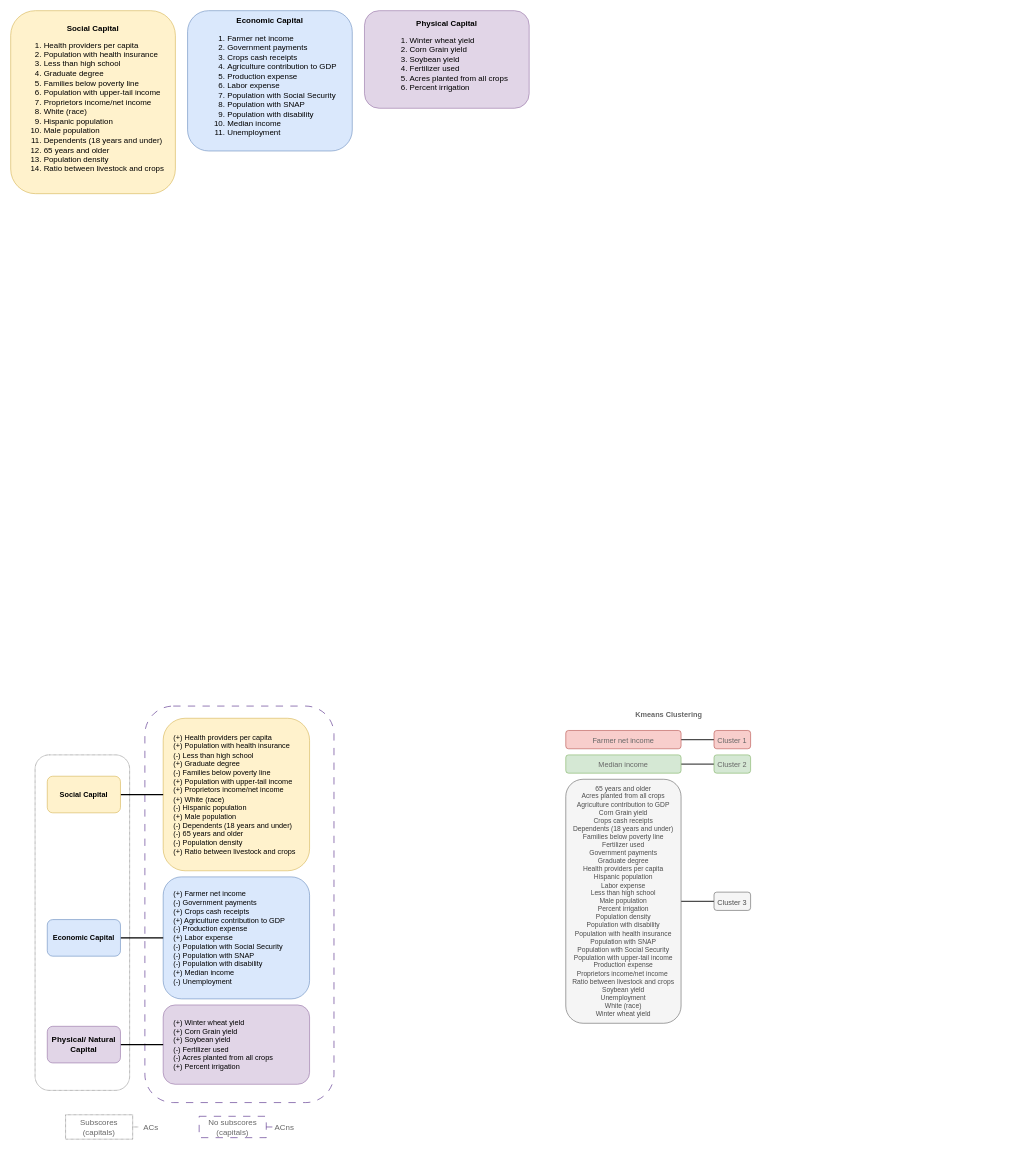
Before: FrameWork2023.drawio in dealchre/gradDrawio, a draw.io diagram. Source tidied: cells renumbered, new cells numbered last; positions are measured from the earlier drawing's top-left corner, leaving out a move shared by most shapes. Both pictures are drawn from the tidied source at 61%, with x=0, y=0 at pixel (10, 10).
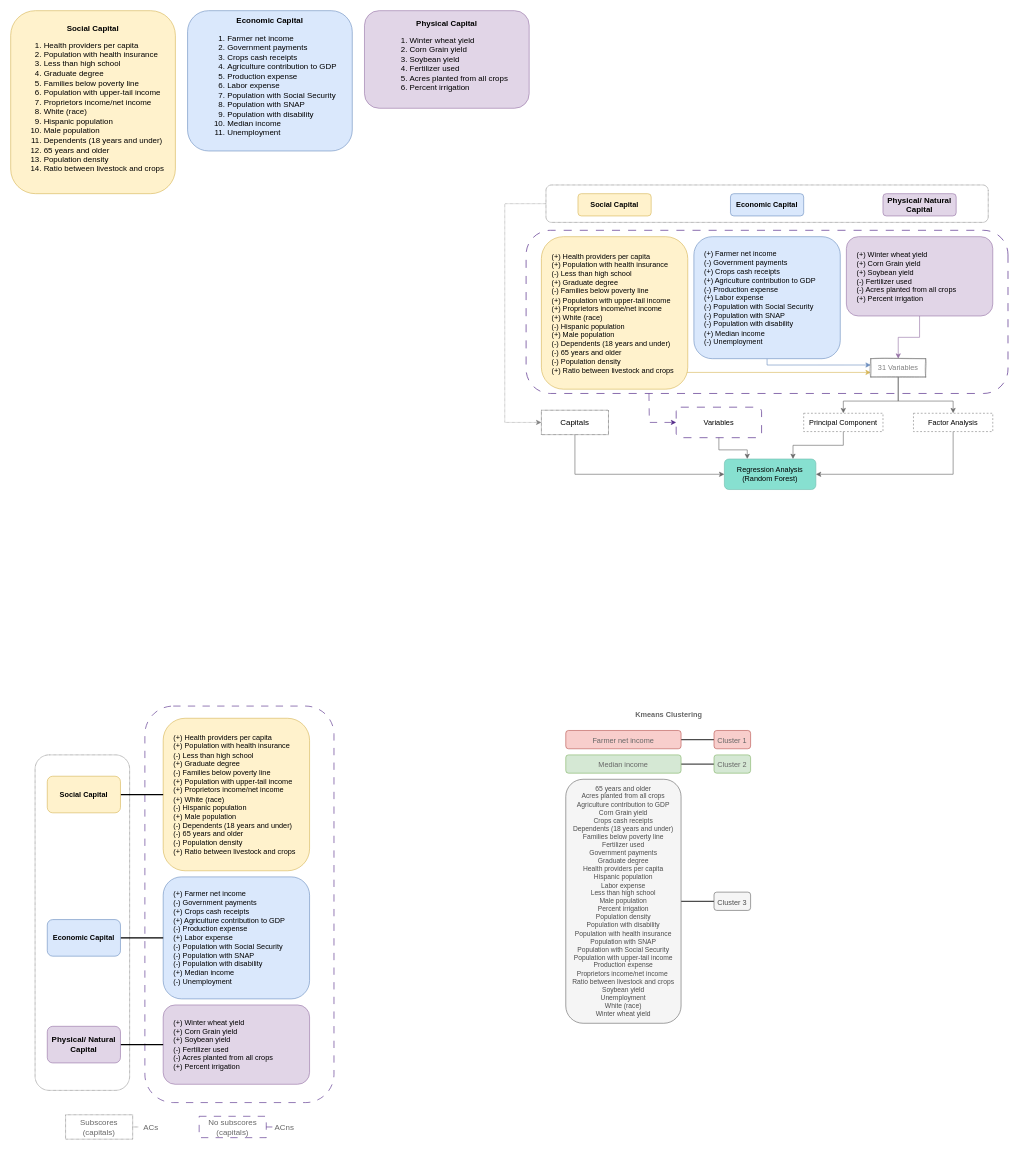
Above is the later version.

Diff of the diagram source:
```diff
@@
+    <mxCell id="33" style="edgeStyle=orthogonalEdgeStyle;rounded=0;jettySize=auto;html=1;entryX=0;entryY=0.5;entryDx=0;entryDy=0;fontColor=#808080;strokeColor=#512888;dashed=1;dashPattern=12 12;exitX=1.001;exitY=0.745;exitDx=0;exitDy=0;exitPerimeter=0;" parent="1" edge="1" source="34" target="47">
+      <mxGeometry relative="1" as="geometry">
+        <Array as="points">
+          <mxPoint x="1047" y="631" />
+          <mxPoint x="1047" y="631" />
+          <mxPoint x="1047" y="675" />
+        </Array>
+      </mxGeometry>
+    </mxCell>
+    <mxCell id="34" style="rounded=1;whiteSpace=wrap;html=1;fontSize=13;labelBorderColor=default;labelBackgroundColor=none;fillColor=none;dashed=1;dashPattern=12 12;strokeColor=#512888;rotation=90;fontColor=#333333;strokeWidth=1.1;" parent="1" vertex="1">
+      <mxGeometry x="1106.2" y="98.8" width="267.5" height="790" as="geometry" />
+    </mxCell>
+    <mxCell id="35" style="edgeStyle=orthogonalEdgeStyle;rounded=0;jettySize=auto;html=1;exitX=0.995;exitY=0.832;exitDx=0;exitDy=0;strokeColor=#d6b656;exitPerimeter=0;fillColor=#fff2cc;entryX=0;entryY=0.75;entryDx=0;entryDy=0;" parent="1" edge="1" target="53">
+      <mxGeometry relative="1" as="geometry">
+        <mxPoint x="1107.8" y="586.8" as="sourcePoint" />
+        <Array as="points">
+          <mxPoint x="1099" y="587" />
+          <mxPoint x="1099" y="593" />
+        </Array>
+      </mxGeometry>
+    </mxCell>
+    <mxCell id="36" value="&lt;div style=&quot;&quot;&gt;&lt;span style=&quot;background-color: initial;&quot;&gt;(+) Health providers per capita&lt;/span&gt;&lt;/div&gt;&lt;span style=&quot;background-color: initial;&quot;&gt;&lt;div style=&quot;&quot;&gt;&lt;span style=&quot;background-color: initial;&quot;&gt;(+) Population with health insurance&lt;/span&gt;&lt;/div&gt;&lt;/span&gt;&lt;span style=&quot;background-color: initial;&quot;&gt;&lt;div style=&quot;&quot;&gt;&lt;span style=&quot;background-color: initial;&quot;&gt;(-) Less than high school&lt;/span&gt;&lt;/div&gt;&lt;/span&gt;&lt;span style=&quot;background-color: initial;&quot;&gt;&lt;div style=&quot;&quot;&gt;&lt;span style=&quot;background-color: initial;&quot;&gt;(+) Graduate degree&lt;/span&gt;&lt;/div&gt;&lt;/span&gt;&lt;span style=&quot;background-color: initial;&quot;&gt;&lt;div style=&quot;&quot;&gt;&lt;span style=&quot;background-color: initial;&quot;&gt;(-) Families below poverty line&lt;/span&gt;&lt;/div&gt;&lt;/span&gt;&lt;span style=&quot;background-color: initial;&quot;&gt;&lt;div style=&quot;&quot;&gt;&lt;span style=&quot;background-color: initial;&quot;&gt;(+) Population with upper-tail income&lt;/span&gt;&lt;/div&gt;&lt;div style=&quot;&quot;&gt;(+) Proprietors income/net income&lt;span style=&quot;background-color: initial;&quot;&gt;&lt;br&gt;&lt;/span&gt;&lt;/div&gt;&lt;/span&gt;&lt;span style=&quot;background-color: initial;&quot;&gt;&lt;div style=&quot;&quot;&gt;&lt;span style=&quot;background-color: initial;&quot;&gt;(+) White (race)&lt;/span&gt;&lt;/div&gt;&lt;/span&gt;&lt;span style=&quot;background-color: initial;&quot;&gt;&lt;div style=&quot;&quot;&gt;&lt;span style=&quot;background-color: initial;&quot;&gt;(-) Hispanic population&lt;/span&gt;&lt;/div&gt;&lt;/span&gt;&lt;span style=&quot;background-color: initial;&quot;&gt;&lt;div style=&quot;&quot;&gt;&lt;span style=&quot;background-color: initial;&quot;&gt;(+) Male population&lt;/span&gt;&lt;/div&gt;&lt;/span&gt;&lt;span style=&quot;background-color: initial;&quot;&gt;&lt;div style=&quot;&quot;&gt;&lt;span style=&quot;background-color: initial;&quot;&gt;(-) Dependents (18 years and under)&lt;/span&gt;&lt;/div&gt;&lt;/span&gt;&lt;span style=&quot;background-color: initial;&quot;&gt;&lt;div style=&quot;&quot;&gt;&lt;span style=&quot;background-color: initial;&quot;&gt;(-) 65 years and older&lt;/span&gt;&lt;/div&gt;&lt;/span&gt;&lt;span style=&quot;background-color: initial;&quot;&gt;&lt;div style=&quot;&quot;&gt;&lt;span style=&quot;background-color: initial;&quot;&gt;(-) Population density&lt;/span&gt;&lt;/div&gt;&lt;/span&gt;&lt;span style=&quot;background-color: initial;&quot;&gt;&lt;div style=&quot;&quot;&gt;&lt;span style=&quot;background-color: initial;&quot;&gt;(+) Ratio between livestock and crops&amp;nbsp;&lt;/span&gt;&lt;/div&gt;&lt;/span&gt;" style="whiteSpace=wrap;html=1;rounded=1;fillColor=#fff2cc;strokeColor=#d6b656;align=left;spacingLeft=15;" parent="1" vertex="1">
+      <mxGeometry x="870" y="370.5" width="240" height="250" as="geometry" />
+    </mxCell>
+    <mxCell id="37" style="edgeStyle=orthogonalEdgeStyle;rounded=0;jettySize=auto;html=1;entryX=0;entryY=0.346;entryDx=0;entryDy=0;strokeColor=#6c8ebf;exitX=0.5;exitY=1;exitDx=0;exitDy=0;fillColor=#dae8fc;entryPerimeter=0;" parent="1" edge="1" source="38" target="53">
+      <mxGeometry relative="1" as="geometry">
+        <Array as="points">
+          <mxPoint x="1240" y="580" />
+          <mxPoint x="1410" y="580" />
+        </Array>
+      </mxGeometry>
+    </mxCell>
+    <mxCell id="38" value="&lt;div style=&quot;&quot;&gt;&lt;span style=&quot;background-color: initial;&quot;&gt;(+) Farmer net income&lt;/span&gt;&lt;/div&gt;&lt;span style=&quot;background-color: initial;&quot;&gt;&lt;div style=&quot;&quot;&gt;&lt;span style=&quot;background-color: initial;&quot;&gt;(-) Government payments&lt;/span&gt;&lt;/div&gt;&lt;/span&gt;&lt;span style=&quot;background-color: initial;&quot;&gt;&lt;div style=&quot;&quot;&gt;&lt;span style=&quot;background-color: initial;&quot;&gt;(+) Crops cash receipts&lt;/span&gt;&lt;/div&gt;&lt;/span&gt;&lt;span style=&quot;background-color: initial;&quot;&gt;&lt;div style=&quot;&quot;&gt;&lt;span style=&quot;background-color: initial;&quot;&gt;(+) Agriculture contribution to GDP&lt;/span&gt;&lt;/div&gt;&lt;/span&gt;&lt;span style=&quot;background-color: initial;&quot;&gt;&lt;div style=&quot;&quot;&gt;&lt;span style=&quot;background-color: initial;&quot;&gt;(-) Production expense&lt;/span&gt;&lt;/div&gt;&lt;/span&gt;&lt;span style=&quot;background-color: initial;&quot;&gt;&lt;div style=&quot;&quot;&gt;&lt;span style=&quot;background-color: initial;&quot;&gt;(+) Labor expense&lt;/span&gt;&lt;/div&gt;&lt;/span&gt;&lt;span style=&quot;background-color: initial;&quot;&gt;&lt;div style=&quot;&quot;&gt;&lt;span style=&quot;background-color: initial;&quot;&gt;(-) Population with Social Security&lt;/span&gt;&lt;/div&gt;&lt;/span&gt;&lt;span style=&quot;background-color: initial;&quot;&gt;&lt;div style=&quot;&quot;&gt;&lt;span style=&quot;background-color: initial;&quot;&gt;(-) Population with SNAP&lt;/span&gt;&lt;/div&gt;&lt;/span&gt;&lt;span style=&quot;background-color: initial;&quot;&gt;&lt;div style=&quot;&quot;&gt;&lt;span style=&quot;background-color: initial;&quot;&gt;(-) Population with disability&lt;/span&gt;&lt;/div&gt;&lt;/span&gt;&lt;span style=&quot;background-color: initial;&quot;&gt;&lt;div style=&quot;&quot;&gt;&lt;span style=&quot;background-color: initial;&quot;&gt;(+) Median income&lt;/span&gt;&lt;/div&gt;&lt;/span&gt;&lt;span style=&quot;background-color: initial;&quot;&gt;&lt;div style=&quot;&quot;&gt;&lt;span style=&quot;background-color: initial;&quot;&gt;(-) Unemployment&lt;/span&gt;&lt;/div&gt;&lt;/span&gt;" style="whiteSpace=wrap;html=1;rounded=1;fillColor=#dae8fc;strokeColor=#6c8ebf;align=left;spacingLeft=15;" parent="1" vertex="1">
+      <mxGeometry x="1120" y="370.5" width="240" height="200" as="geometry" />
+    </mxCell>
+    <mxCell id="39" style="edgeStyle=orthogonalEdgeStyle;rounded=0;jettySize=auto;html=1;exitX=0.5;exitY=1;exitDx=0;exitDy=0;entryX=0;entryY=0.5;entryDx=0;entryDy=0;fontColor=#808080;strokeColor=#808080;dashed=1;dashPattern=1 1;" parent="1" edge="1" source="40" target="49">
+      <mxGeometry relative="1" as="geometry">
+        <Array as="points">
+          <mxPoint x="810" y="316" />
+          <mxPoint x="810" y="675" />
+        </Array>
+      </mxGeometry>
+    </mxCell>
+    <mxCell id="40" style="rounded=1;whiteSpace=wrap;html=1;dashed=1;dashPattern=1 1;labelBackgroundColor=none;labelBorderColor=default;strokeColor=#424242;fontSize=13;fillColor=none;gradientColor=default;rotation=90;" parent="1" vertex="1">
+      <mxGeometry x="1209.4" y="-46.1" width="61.3" height="725" as="geometry" />
+    </mxCell>
+    <mxCell id="41" style="edgeStyle=orthogonalEdgeStyle;rounded=0;jettySize=auto;html=1;exitX=0.5;exitY=1;exitDx=0;exitDy=0;entryX=0.5;entryY=0;entryDx=0;entryDy=0;strokeColor=#9673a6;fillColor=#e1d5e7;" parent="1" edge="1" source="42" target="53">
+      <mxGeometry relative="1" as="geometry" />
+    </mxCell>
+    <mxCell id="42" value="&lt;div style=&quot;&quot;&gt;&lt;span style=&quot;background-color: initial;&quot;&gt;(+) Winter wheat yield&lt;/span&gt;&lt;/div&gt;&lt;span style=&quot;background-color: initial;&quot;&gt;&lt;div style=&quot;&quot;&gt;&lt;span style=&quot;background-color: initial;&quot;&gt;(+) Corn Grain yield&lt;/span&gt;&lt;/div&gt;&lt;/span&gt;&lt;span style=&quot;background-color: initial;&quot;&gt;&lt;div style=&quot;&quot;&gt;&lt;span style=&quot;background-color: initial;&quot;&gt;(+) Soybean yield&lt;/span&gt;&lt;/div&gt;&lt;/span&gt;&lt;span style=&quot;background-color: initial;&quot;&gt;&lt;div style=&quot;&quot;&gt;&lt;span style=&quot;background-color: initial;&quot;&gt;(-) Fertilizer used&lt;/span&gt;&lt;/div&gt;&lt;/span&gt;&lt;span style=&quot;background-color: initial;&quot;&gt;&lt;div style=&quot;&quot;&gt;&lt;span style=&quot;background-color: initial;&quot;&gt;(-) Acres planted from all crops&lt;/span&gt;&lt;/div&gt;&lt;/span&gt;&lt;span style=&quot;background-color: initial;&quot;&gt;&lt;div style=&quot;&quot;&gt;&lt;span style=&quot;background-color: initial;&quot;&gt;(+) Percent irrigation&lt;/span&gt;&lt;/div&gt;&lt;/span&gt;" style="html=1;rounded=1;fillColor=#e1d5e7;strokeColor=#9673a6;align=left;horizontal=1;whiteSpace=wrap;spacingLeft=15;" parent="1" vertex="1">
+      <mxGeometry x="1370" y="370.5" width="240" height="130" as="geometry" />
+    </mxCell>
+    <mxCell id="43" value="&lt;b&gt;Social Capital&lt;/b&gt;" style="whiteSpace=wrap;html=1;fillColor=#fff2cc;strokeColor=#d6b656;rounded=1;" parent="1" vertex="1">
+      <mxGeometry x="930" y="300" width="120" height="36.5" as="geometry" />
+    </mxCell>
+    <mxCell id="44" value="&lt;b&gt;Economic Capital&lt;/b&gt;" style="whiteSpace=wrap;html=1;fillColor=#dae8fc;strokeColor=#6c8ebf;rounded=1;" parent="1" vertex="1">
+      <mxGeometry x="1180" y="300" width="120" height="36.5" as="geometry" />
+    </mxCell>
+    <mxCell id="45" value="&lt;b&gt;Physical/ Natural Capital&lt;/b&gt;" style="whiteSpace=wrap;html=1;fillColor=#e1d5e7;strokeColor=#9673a6;rounded=1;fontSize=13;" parent="1" vertex="1">
+      <mxGeometry x="1430" y="300" width="120" height="36.5" as="geometry" />
+    </mxCell>
+    <mxCell id="46" style="edgeStyle=orthogonalEdgeStyle;rounded=0;jettySize=auto;html=1;exitX=0.5;exitY=1;exitDx=0;exitDy=0;entryX=0.25;entryY=0;entryDx=0;entryDy=0;strokeColor=#666666;" parent="1" edge="1" source="47" target="52">
+      <mxGeometry relative="1" as="geometry" />
+    </mxCell>
+    <mxCell id="47" value="Variables" style="text;html=1;strokeColor=#512888;fillColor=none;align=center;verticalAlign=middle;whiteSpace=wrap;rounded=1;fontSize=12;fontColor=default;dashed=1;dashPattern=12 12;strokeWidth=1.1;labelBorderColor=none;labelBackgroundColor=none;" parent="1" vertex="1">
+      <mxGeometry x="1091" y="650" width="140" height="50" as="geometry" />
+    </mxCell>
+    <mxCell id="48" style="edgeStyle=orthogonalEdgeStyle;rounded=0;jettySize=auto;html=1;exitX=0.5;exitY=1;exitDx=0;exitDy=0;entryX=0;entryY=0.5;entryDx=0;entryDy=0;strokeColor=#666666;" parent="1" edge="1" source="49" target="52">
+      <mxGeometry relative="1" as="geometry" />
+    </mxCell>
+    <mxCell id="49" value="&lt;font color=&quot;#000000&quot;&gt;Capitals&lt;/font&gt;" style="text;html=1;strokeColor=#000000;fillColor=none;align=center;verticalAlign=middle;whiteSpace=wrap;rounded=0;fontSize=13;fontColor=#666666;dashed=1;dashPattern=1 1;" parent="1" vertex="1">
+      <mxGeometry x="870" y="655" width="110" height="40" as="geometry" />
+    </mxCell>
+    <mxCell id="50" style="edgeStyle=orthogonalEdgeStyle;rounded=0;jettySize=auto;html=1;exitX=0.5;exitY=1;exitDx=0;exitDy=0;entryX=0.5;entryY=0;entryDx=0;entryDy=0;strokeColor=#666666;" parent="1" edge="1" source="53" target="55">
+      <mxGeometry relative="1" as="geometry">
+        <Array as="points">
+          <mxPoint x="1455" y="640" />
+          <mxPoint x="1365" y="640" />
+        </Array>
+      </mxGeometry>
+    </mxCell>
+    <mxCell id="51" style="edgeStyle=orthogonalEdgeStyle;rounded=0;jettySize=auto;html=1;exitX=0.5;exitY=1;exitDx=0;exitDy=0;entryX=0.5;entryY=0;entryDx=0;entryDy=0;strokeColor=#666666;" parent="1" edge="1" source="53" target="57">
+      <mxGeometry relative="1" as="geometry">
+        <Array as="points">
+          <mxPoint x="1455" y="640" />
+          <mxPoint x="1545" y="640" />
+        </Array>
+      </mxGeometry>
+    </mxCell>
+    <mxCell id="52" value="&lt;font&gt;Regression Analysis &lt;br&gt;(Random Forest)&lt;/font&gt;" style="text;html=1;strokeColor=#72BDAF;fillColor=#87E0D0;align=center;verticalAlign=middle;whiteSpace=wrap;rounded=1;glass=0;shadow=0;fontColor=#000000;fillStyle=solid;" parent="1" vertex="1">
+      <mxGeometry x="1170" y="735" width="150" height="50" as="geometry" />
+    </mxCell>
+    <mxCell id="53" value="&lt;font color=&quot;#808080&quot;&gt;31 Variables&lt;/font&gt;" style="text;html=1;strokeColor=#808080;fillColor=none;align=center;verticalAlign=middle;whiteSpace=wrap;rounded=0;glass=0;sketch=1;curveFitting=1;jiggle=2;shadow=0;" parent="1" vertex="1">
+      <mxGeometry x="1410" y="570.5" width="90" height="30" as="geometry" />
+    </mxCell>
+    <mxCell id="54" style="edgeStyle=orthogonalEdgeStyle;rounded=0;jettySize=auto;html=1;exitX=0.5;exitY=1;exitDx=0;exitDy=0;entryX=0.75;entryY=0;entryDx=0;entryDy=0;strokeColor=#666666;" parent="1" edge="1" source="55" target="52">
+      <mxGeometry relative="1" as="geometry" />
+    </mxCell>
+    <mxCell id="55" value="&lt;font color=&quot;#000000&quot;&gt;Principal Component&lt;/font&gt;" style="text;html=1;strokeColor=#808080;fillColor=none;align=center;verticalAlign=middle;whiteSpace=wrap;rounded=0;glass=1;shadow=0;fontColor=#666666;dashed=1;" parent="1" vertex="1">
+      <mxGeometry x="1300" y="660" width="130" height="30" as="geometry" />
+    </mxCell>
+    <mxCell id="56" style="edgeStyle=orthogonalEdgeStyle;rounded=0;jettySize=auto;html=1;exitX=0.5;exitY=1;exitDx=0;exitDy=0;entryX=1;entryY=0.5;entryDx=0;entryDy=0;strokeColor=#666666;" parent="1" edge="1" target="52">
+      <mxGeometry relative="1" as="geometry">
+        <mxPoint x="1545" y="690" as="sourcePoint" />
+        <Array as="points">
+          <mxPoint x="1545" y="760" />
+        </Array>
+      </mxGeometry>
+    </mxCell>
+    <mxCell id="57" value="&lt;font color=&quot;#000000&quot;&gt;Factor Analysis&lt;/font&gt;" style="text;html=1;strokeColor=#808080;fillColor=none;align=center;verticalAlign=middle;whiteSpace=wrap;rounded=0;glass=1;shadow=0;fontColor=#666666;dashed=1;" parent="1" vertex="1">
+      <mxGeometry x="1480" y="660" width="130" height="30" as="geometry" />
+    </mxCell>
```
